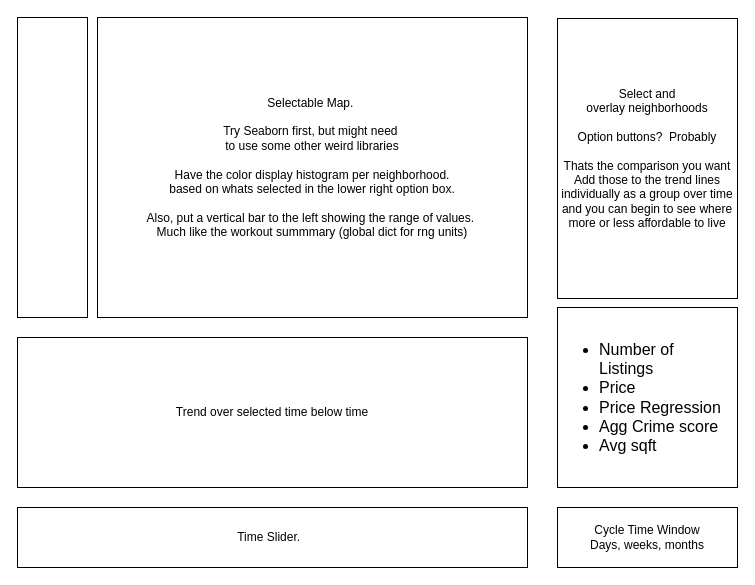
Landcruiser87/housing_search keeps this draw.io diagram as scripts/renthousing/explore_idea.drawio. Above is the earlier version. Source tidied: cells renumbered, new cells numbered last; positions are measured from the earlier drawing's top-left corner, leaving out a move shared by most shapes. Both pictures are drawn from the tidied source at 100%, with x=0, y=0 at pixel (17, 17).
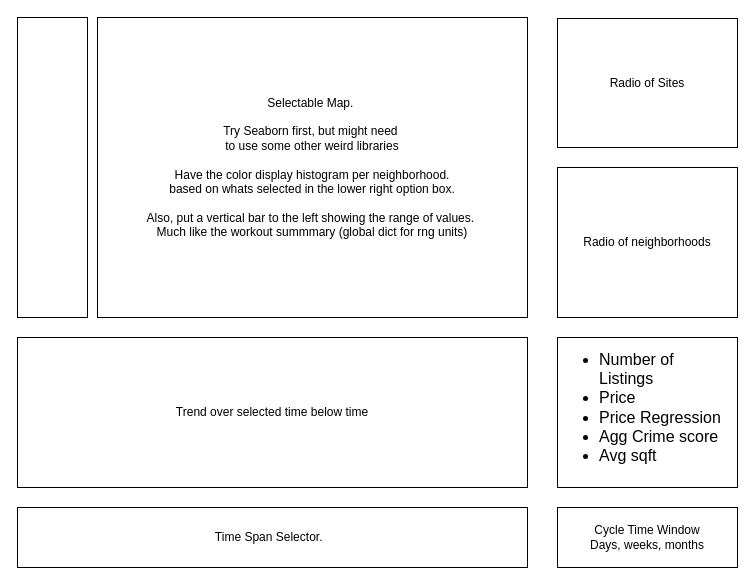
Above is the later version.

Commit message (it also covers changes not shown here):
updates to explore and rental_list

Change to the diagram source:
```diff
@@
 <mxGraphModel>
   <root>
     <mxCell id="0" />
     <mxCell id="1" parent="0" />
     <mxCell id="2" value="Selectable Map.&amp;nbsp;&lt;br&gt;&lt;br&gt;Try Seaborn first, but might need&amp;nbsp;&lt;br&gt;to use some other weird libraries&lt;br&gt;&lt;br&gt;Have the color display histogram per neighborhood. &lt;br&gt;based on whats selected in the lower right option box.&lt;br&gt;&lt;br&gt;Also, put a vertical bar to the left showing the range of values.&amp;nbsp; &lt;br&gt;Much like the workout summmary (global dict for rng units)" style="rounded=0;whiteSpace=wrap;html=1;" parent="1" vertex="1">
       <mxGeometry x="80" width="430" height="300" as="geometry" />
     </mxCell>
-    <mxCell id="3" value="Time Slider.&amp;nbsp;&amp;nbsp;" style="rounded=0;whiteSpace=wrap;html=1;" parent="1" vertex="1">
+    <mxCell id="3" value="Time Span Selector.&amp;nbsp;&amp;nbsp;" style="rounded=0;whiteSpace=wrap;html=1;" parent="1" vertex="1">
       <mxGeometry y="490" width="510" height="60" as="geometry" />
     </mxCell>
     <mxCell id="4" style="rounded=0;whiteSpace=wrap;html=1;" parent="1" vertex="1">
-      <mxGeometry x="540" y="290" width="180" height="180" as="geometry" />
+      <mxGeometry x="540" y="320" width="180" height="150" as="geometry" />
     </mxCell>
-    <mxCell id="5" value="Select and &lt;br&gt;overlay neighborhoods&lt;br&gt;&lt;br&gt;Option buttons?&amp;nbsp; Probably&lt;br&gt;&lt;br&gt;Thats the comparison you want&lt;br&gt;Add those to the trend lines individually as a group over time and you can begin to see where more or less affordable to live" style="rounded=0;whiteSpace=wrap;html=1;" parent="1" vertex="1">
-      <mxGeometry x="540" y="1" width="180" height="280" as="geometry" />
+    <mxCell id="5" value="Radio of Sites" style="rounded=0;whiteSpace=wrap;html=1;" parent="1" vertex="1">
+      <mxGeometry x="540" y="1" width="180" height="129" as="geometry" />
     </mxCell>
     <mxCell id="6" value="&lt;ul style=&quot;font-size: 16px;&quot;&gt;&lt;li&gt;&lt;span style=&quot;background-color: initial;&quot;&gt;Number of Listings&lt;/span&gt;&lt;br&gt;&lt;/li&gt;&lt;li&gt;&lt;span style=&quot;background-color: initial;&quot;&gt;Price&lt;/span&gt;&lt;/li&gt;&lt;li&gt;&lt;font style=&quot;font-size: 16px;&quot;&gt;Price Regression&lt;/font&gt;&lt;/li&gt;&lt;li&gt;&lt;font style=&quot;font-size: 16px;&quot;&gt;Agg Crime score&lt;/font&gt;&lt;/li&gt;&lt;li&gt;&lt;font style=&quot;font-size: 16px;&quot;&gt;Avg sqft&lt;/font&gt;&lt;/li&gt;&lt;/ul&gt;" style="text;strokeColor=none;fillColor=none;html=1;whiteSpace=wrap;verticalAlign=middle;overflow=hidden;" parent="1" vertex="1">
-      <mxGeometry x="540" y="290" width="170" height="180" as="geometry" />
+      <mxGeometry x="540" y="310" width="170" height="160" as="geometry" />
     </mxCell>
     <mxCell id="7" value="Trend over selected time below time" style="rounded=0;whiteSpace=wrap;html=1;" parent="1" vertex="1">
       <mxGeometry y="320" width="510" height="150" as="geometry" />
     </mxCell>
     <mxCell id="8" style="rounded=0;whiteSpace=wrap;html=1;" parent="1" vertex="1">
       <mxGeometry width="70" height="300" as="geometry" />
     </mxCell>
     <mxCell id="9" value="Cycle Time Window&lt;br&gt;Days, weeks, months" style="rounded=0;whiteSpace=wrap;html=1;" parent="1" vertex="1">
       <mxGeometry x="540" y="490" width="180" height="60" as="geometry" />
     </mxCell>
+    <mxCell id="10" value="Radio of neighborhoods" style="rounded=0;whiteSpace=wrap;html=1;" parent="1" vertex="1">
+      <mxGeometry x="540" y="150" width="180" height="150" as="geometry" />
+    </mxCell>
   </root>
 </mxGraphModel>
```
